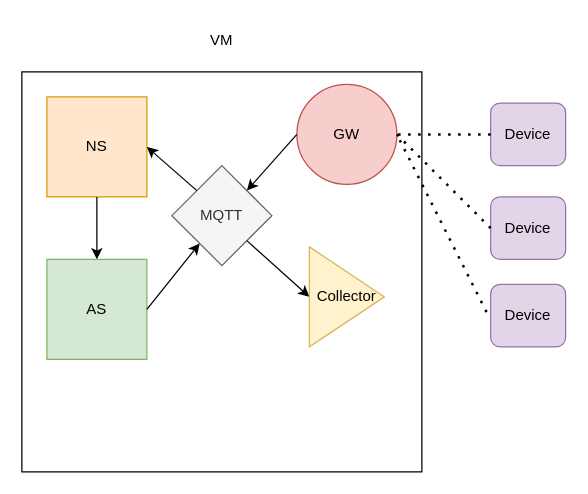
Earlier version of the draw.io diagram page "e2" (2 of 2) of proposal/simulation/s1/arch.drawio (citado/RoadToPhD). Source tidied: cells renumbered, new cells numbered last; positions are measured from the earlier drawing's top-left corner, leaving out a move shared by most shapes. Both pictures are drawn from the tidied source at 125%, with x=0, y=0 at pixel (21, 21).
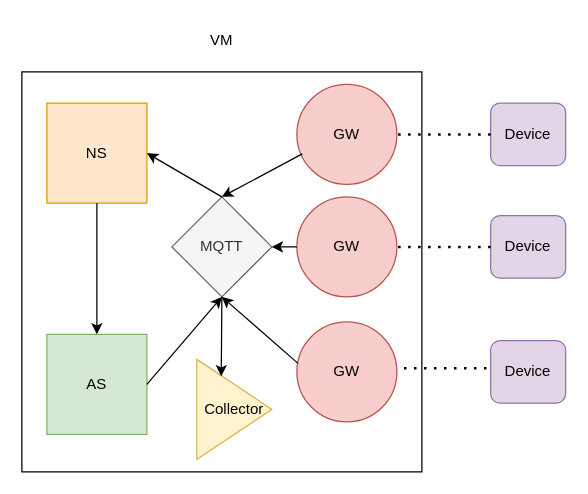
Above is the later version.

Unchanged cells that the change refers to:
```xml
<mxCell id="6" value="GW" style="ellipse;whiteSpace=wrap;html=1;fillColor=#f8cecc;strokeColor=#b85450;" parent="1" vertex="1">
  <mxGeometry x="220" y="50" width="80" height="80" as="geometry" />
</mxCell>
```

Change to the diagram source:
```diff
@@
     <mxCell id="3" value="NS" style="whiteSpace=wrap;html=1;fillColor=#ffe6cc;strokeColor=#d79b00;" parent="1" vertex="1">
-      <mxGeometry x="20" y="60" width="80" height="80" as="geometry" />
+      <mxGeometry x="20" y="65" width="80" height="80" as="geometry" />
     </mxCell>
     <mxCell id="4" value="AS" style="whiteSpace=wrap;html=1;fillColor=#d5e8d4;strokeColor=#82b366;" parent="1" vertex="1">
-      <mxGeometry x="20" y="190" width="80" height="80" as="geometry" />
+      <mxGeometry x="20" y="250" width="80" height="80" as="geometry" />
     </mxCell>
     <mxCell id="5" value="MQTT" style="rhombus;whiteSpace=wrap;html=1;fillColor=#f5f5f5;fontColor=#333333;strokeColor=#666666;" parent="1" vertex="1">
-      <mxGeometry x="120" y="115" width="80" height="80" as="geometry" />
+      <mxGeometry x="120" y="140" width="80" height="80" as="geometry" />
     </mxCell>
@@
     <mxCell id="9" value="Device" style="rounded=1;whiteSpace=wrap;html=1;fillColor=#e1d5e7;strokeColor=#9673a6;" parent="1" vertex="1">
-      <mxGeometry x="375" y="140" width="60" height="50" as="geometry" />
+      <mxGeometry x="375" y="155" width="60" height="50" as="geometry" />
     </mxCell>
     <mxCell id="10" value="Device" style="rounded=1;whiteSpace=wrap;html=1;fillColor=#e1d5e7;strokeColor=#9673a6;" parent="1" vertex="1">
-      <mxGeometry x="375" y="210" width="60" height="50" as="geometry" />
+      <mxGeometry x="375" y="255" width="60" height="50" as="geometry" />
     </mxCell>
@@
-    <mxCell id="12" style="endArrow=none;dashed=1;html=1;dashPattern=1 3;strokeWidth=2;rounded=0;exitX=0;exitY=0.5;exitDx=0;exitDy=0;entryX=1;entryY=0.5;entryDx=0;entryDy=0;" parent="1" edge="1" source="9" target="6">
+    <mxCell id="12" style="endArrow=none;dashed=1;html=1;dashPattern=1 3;strokeWidth=2;rounded=0;exitX=0;exitY=0.5;exitDx=0;exitDy=0;entryX=1;entryY=0.5;entryDx=0;entryDy=0;" parent="1" edge="1" source="9" target="20">
       <mxGeometry relative="1" as="geometry" />
     </mxCell>
     <mxCell id="13" style="endArrow=none;dashed=1;html=1;dashPattern=1 3;strokeWidth=2;rounded=0;exitX=-0.055;exitY=0.443;exitDx=0;exitDy=0;exitPerimeter=0;" parent="1" edge="1" source="10">
       <mxGeometry relative="1" as="geometry">
-        <mxPoint x="300" y="90" as="targetPoint" />
+        <mxPoint x="305" y="277" as="targetPoint" />
       </mxGeometry>
     </mxCell>
-    <mxCell id="14" style="endArrow=classic;html=1;rounded=0;exitX=0;exitY=0.5;exitDx=0;exitDy=0;entryX=1;entryY=0;entryDx=0;entryDy=0;" parent="1" edge="1" source="6" target="5">
+    <mxCell id="14" style="endArrow=classic;html=1;rounded=0;exitX=0.054;exitY=0.695;exitDx=0;exitDy=0;entryX=0.5;entryY=0;entryDx=0;entryDy=0;exitPerimeter=0;" parent="1" edge="1" source="6" target="5">
       <mxGeometry relative="1" as="geometry" />
     </mxCell>
-    <mxCell id="15" style="endArrow=classic;html=1;rounded=0;exitX=0;exitY=0;exitDx=0;exitDy=0;entryX=1;entryY=0.5;entryDx=0;entryDy=0;" parent="1" edge="1" source="5" target="3">
+    <mxCell id="15" style="endArrow=classic;html=1;rounded=0;exitX=0.5;exitY=0;exitDx=0;exitDy=0;entryX=1;entryY=0.5;entryDx=0;entryDy=0;" parent="1" edge="1" source="5" target="3">
       <mxGeometry relative="1" as="geometry" />
     </mxCell>
@@
-    <mxCell id="17" style="endArrow=classic;html=1;rounded=0;exitX=1;exitY=0.5;exitDx=0;exitDy=0;" parent="1" edge="1" source="4" target="5">
+    <mxCell id="17" style="endArrow=classic;html=1;rounded=0;exitX=1;exitY=0.5;exitDx=0;exitDy=0;entryX=0.5;entryY=1;entryDx=0;entryDy=0;" parent="1" edge="1" source="4" target="5">
       <mxGeometry relative="1" as="geometry" />
     </mxCell>
+    <mxCell id="19" value="Collector" style="triangle;whiteSpace=wrap;html=1;fillColor=#fff2cc;strokeColor=#d6b656;" parent="1" vertex="1">
+      <mxGeometry x="140" y="270" width="60" height="80" as="geometry" />
+    </mxCell>
+    <mxCell id="20" value="GW" style="ellipse;whiteSpace=wrap;html=1;fillColor=#f8cecc;strokeColor=#b85450;" parent="1" vertex="1">
+      <mxGeometry x="220" y="140" width="80" height="80" as="geometry" />
+    </mxCell>
+    <mxCell id="21" value="GW" style="ellipse;whiteSpace=wrap;html=1;fillColor=#f8cecc;strokeColor=#b85450;" parent="1" vertex="1">
+      <mxGeometry x="220" y="240" width="80" height="80" as="geometry" />
+    </mxCell>
+    <mxCell id="22" style="endArrow=classic;html=1;rounded=0;exitX=0;exitY=0.5;exitDx=0;exitDy=0;entryX=1;entryY=0.5;entryDx=0;entryDy=0;" parent="1" edge="1" source="20" target="5">
+      <mxGeometry relative="1" as="geometry" />
+    </mxCell>
+    <mxCell id="23" style="endArrow=classic;html=1;rounded=0;exitX=0.011;exitY=0.415;exitDx=0;exitDy=0;entryX=0.5;entryY=1;entryDx=0;entryDy=0;exitPerimeter=0;" parent="1" edge="1" source="21" target="5">
+      <mxGeometry relative="1" as="geometry" />
+    </mxCell>
-    <mxCell id="18" style="endArrow=classic;html=1;rounded=0;exitX=1;exitY=1;exitDx=0;exitDy=0;entryX=0;entryY=0.5;entryDx=0;entryDy=0;" parent="1" edge="1" source="5" target="19">
+    <mxCell id="18" style="endArrow=classic;html=1;rounded=0;entryX=0.325;entryY=0.169;entryDx=0;entryDy=0;entryPerimeter=0;exitX=0.5;exitY=1;exitDx=0;exitDy=0;" parent="1" edge="1" source="5" target="19">
       <mxGeometry relative="1" as="geometry" />
     </mxCell>
-    <mxCell id="19" value="Collector" style="triangle;whiteSpace=wrap;html=1;fillColor=#fff2cc;strokeColor=#d6b656;" parent="1" vertex="1">
-      <mxGeometry x="230" y="180" width="60" height="80" as="geometry" />
-    </mxCell>
```
